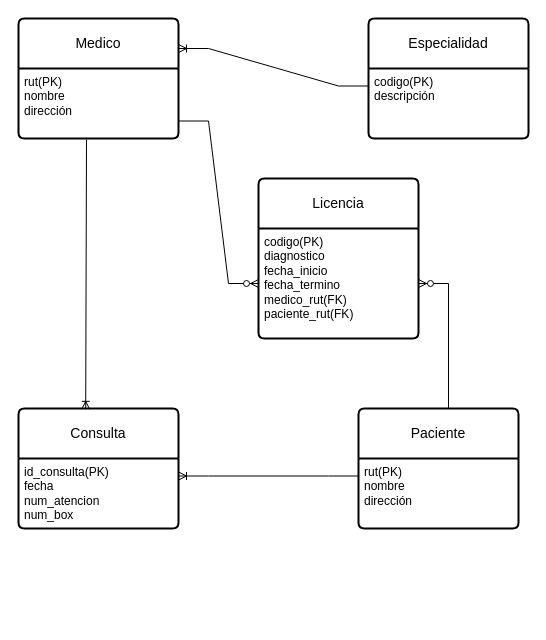
Above: Dia12/Desafio-4.drawio in Najla-gf/M5_BASEDATOS (draw.io), before the change. Source tidied: cells renumbered, new cells numbered last; positions are measured from the earlier drawing's top-left corner, leaving out a move shared by most shapes. Both pictures are drawn from the tidied source at 100%, with x=0, y=0 at pixel (18, 18).
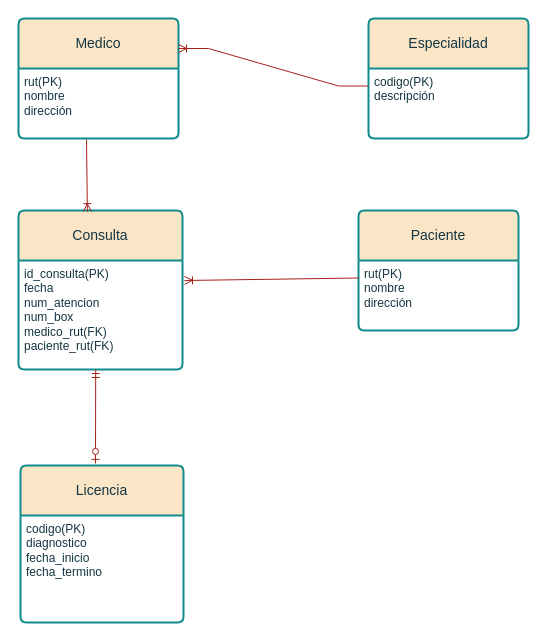
The same page after the edit.

Commit message (it also covers changes not shown here):
corrección desafio 4 - diagrama

What changed in the source:
```diff
@@
-<mxGraphModel>
+<mxGraphModel background="#FFFFFF">
   <root>
     <mxCell id="0" />
     <mxCell id="1" parent="0" />
-    <mxCell id="2" value="Medico" style="swimlane;horizontal=1;startSize=50;rounded=1;fontSize=14;fontStyle=0;strokeWidth=2;shadow=0;dashed=0;align=center;arcSize=4;whiteSpace=wrap;html=1;" parent="1" vertex="1">
+    <mxCell id="2" value="Medico" style="swimlane;horizontal=1;startSize=50;rounded=1;fontSize=14;fontStyle=0;strokeWidth=2;shadow=0;dashed=0;align=center;arcSize=4;whiteSpace=wrap;html=1;labelBackgroundColor=none;fillColor=#FAE5C7;strokeColor=#0F8B8D;fontColor=#143642;" parent="1" vertex="1">
       <mxGeometry width="160" height="120" as="geometry" />
     </mxCell>
-    <mxCell id="3" value="rut(PK)&lt;div&gt;nombre&lt;br&gt;dirección&lt;/div&gt;" style="align=left;strokeColor=none;fillColor=none;spacingLeft=4;fontSize=12;verticalAlign=top;html=1;" parent="2" vertex="1">
+    <mxCell id="3" value="rut(PK)&lt;div&gt;nombre&lt;br&gt;dirección&lt;/div&gt;" style="align=left;strokeColor=none;fillColor=none;spacingLeft=4;fontSize=12;verticalAlign=top;html=1;labelBackgroundColor=none;fontColor=#143642;" parent="2" vertex="1">
       <mxGeometry y="50" width="160" height="70" as="geometry" />
     </mxCell>
-    <mxCell id="4" value="Especialidad" style="swimlane;horizontal=1;startSize=50;rounded=1;fontSize=14;fontStyle=0;strokeWidth=2;shadow=0;dashed=0;align=center;arcSize=4;whiteSpace=wrap;html=1;" parent="1" vertex="1">
+    <mxCell id="4" value="Especialidad" style="swimlane;horizontal=1;startSize=50;rounded=1;fontSize=14;fontStyle=0;strokeWidth=2;shadow=0;dashed=0;align=center;arcSize=4;whiteSpace=wrap;html=1;labelBackgroundColor=none;fillColor=#FAE5C7;strokeColor=#0F8B8D;fontColor=#143642;" parent="1" vertex="1">
       <mxGeometry x="350" width="160" height="120" as="geometry" />
     </mxCell>
-    <mxCell id="5" value="codigo(PK)&lt;div&gt;descripción&lt;br&gt;&lt;br&gt;&lt;/div&gt;" style="align=left;strokeColor=none;fillColor=none;spacingLeft=4;fontSize=12;verticalAlign=top;html=1;" parent="4" vertex="1">
+    <mxCell id="5" value="codigo(PK)&lt;div&gt;descripción&lt;br&gt;&lt;br&gt;&lt;/div&gt;" style="align=left;strokeColor=none;fillColor=none;spacingLeft=4;fontSize=12;verticalAlign=top;html=1;labelBackgroundColor=none;fontColor=#143642;" parent="4" vertex="1">
       <mxGeometry y="50" width="160" height="70" as="geometry" />
     </mxCell>
-    <mxCell id="6" value="Consulta" style="swimlane;horizontal=1;startSize=50;rounded=1;fontSize=14;fontStyle=0;strokeWidth=2;shadow=0;dashed=0;align=center;arcSize=4;whiteSpace=wrap;html=1;" parent="1" vertex="1">
-      <mxGeometry y="390" width="160" height="120" as="geometry" />
+    <mxCell id="6" value="Consulta" style="swimlane;horizontal=1;startSize=50;rounded=1;fontSize=14;fontStyle=0;strokeWidth=2;shadow=0;dashed=0;align=center;arcSize=4;whiteSpace=wrap;html=1;labelBackgroundColor=none;fillColor=#FAE5C7;strokeColor=#0F8B8D;fontColor=#143642;" parent="1" vertex="1">
+      <mxGeometry y="192" width="164" height="159" as="geometry" />
     </mxCell>
-    <mxCell id="7" value="&lt;div&gt;id_consulta(PK)&lt;/div&gt;&lt;div&gt;fecha&lt;/div&gt;&lt;div&gt;num_atencion&lt;br&gt;&lt;/div&gt;&lt;div&gt;&lt;span style=&quot;background-color: initial;&quot;&gt;num_box&lt;/span&gt;&lt;br&gt;&lt;/div&gt;" style="align=left;strokeColor=none;fillColor=none;spacingLeft=4;fontSize=12;verticalAlign=top;html=1;" parent="6" vertex="1">
-      <mxGeometry y="50" width="160" height="70" as="geometry" />
+    <mxCell id="7" value="&lt;div&gt;id_consulta(PK)&lt;/div&gt;&lt;div&gt;fecha&lt;/div&gt;&lt;div&gt;num_atencion&lt;br&gt;&lt;/div&gt;&lt;div&gt;&lt;span style=&quot;background-color: initial;&quot;&gt;num_box&lt;/span&gt;&lt;br&gt;&lt;/div&gt;&lt;div&gt;&lt;div&gt;medico_rut(FK)&lt;/div&gt;&lt;div&gt;paciente_rut(FK)&lt;/div&gt;&lt;/div&gt;" style="align=left;strokeColor=none;fillColor=none;spacingLeft=4;fontSize=12;verticalAlign=top;html=1;labelBackgroundColor=none;fontColor=#143642;" parent="6" vertex="1">
+      <mxGeometry y="50" width="164" height="109" as="geometry" />
     </mxCell>
-    <mxCell id="8" value="Paciente" style="swimlane;horizontal=1;startSize=50;rounded=1;fontSize=14;fontStyle=0;strokeWidth=2;shadow=0;dashed=0;align=center;arcSize=4;whiteSpace=wrap;html=1;" parent="1" vertex="1">
-      <mxGeometry x="340" y="390" width="160" height="120" as="geometry" />
+    <mxCell id="8" value="Paciente" style="swimlane;horizontal=1;startSize=50;rounded=1;fontSize=14;fontStyle=0;strokeWidth=2;shadow=0;dashed=0;align=center;arcSize=4;whiteSpace=wrap;html=1;labelBackgroundColor=none;fillColor=#FAE5C7;strokeColor=#0F8B8D;fontColor=#143642;" parent="1" vertex="1">
+      <mxGeometry x="340" y="192" width="160" height="120" as="geometry" />
     </mxCell>
-    <mxCell id="9" value="rut(PK)&lt;div&gt;nombre&lt;br&gt;dirección&lt;/div&gt;" style="align=left;strokeColor=none;fillColor=none;spacingLeft=4;fontSize=12;verticalAlign=top;html=1;" parent="8" vertex="1">
+    <mxCell id="9" value="rut(PK)&lt;div&gt;nombre&lt;br&gt;dirección&lt;/div&gt;" style="align=left;strokeColor=none;fillColor=none;spacingLeft=4;fontSize=12;verticalAlign=top;html=1;labelBackgroundColor=none;fontColor=#143642;" parent="8" vertex="1">
       <mxGeometry y="50" width="160" height="70" as="geometry" />
     </mxCell>
-    <mxCell id="10" style="edgeStyle=entityRelationEdgeStyle;fontSize=12;html=1;endArrow=ERoneToMany;rounded=0;exitX=0;exitY=0.25;exitDx=0;exitDy=0;entryX=1;entryY=0.25;entryDx=0;entryDy=0;" parent="1" edge="1" source="5" target="2">
+    <mxCell id="10" style="edgeStyle=entityRelationEdgeStyle;fontSize=12;html=1;endArrow=ERoneToMany;rounded=0;exitX=0;exitY=0.25;exitDx=0;exitDy=0;entryX=1;entryY=0.25;entryDx=0;entryDy=0;labelBackgroundColor=none;strokeColor=#A8201A;fontColor=default;" parent="1" edge="1" source="5" target="2">
       <mxGeometry relative="1" as="geometry">
         <Array as="points">
           <mxPoint x="290" y="130" />
         </Array>
       </mxGeometry>
     </mxCell>
-    <mxCell id="11" style="edgeStyle=entityRelationEdgeStyle;fontSize=12;html=1;endArrow=ERoneToMany;rounded=0;exitX=0;exitY=0.25;exitDx=0;exitDy=0;entryX=1;entryY=0.25;entryDx=0;entryDy=0;" parent="1" edge="1" source="9" target="7">
-      <mxGeometry relative="1" as="geometry" />
+    <mxCell id="11" style="fontSize=12;html=1;endArrow=ERoneToMany;rounded=0;exitX=0;exitY=0.25;exitDx=0;exitDy=0;labelBackgroundColor=none;strokeColor=#A8201A;fontColor=default;" parent="1" edge="1" source="9">
+      <mxGeometry relative="1" as="geometry">
+        <mxPoint x="166" y="262" as="targetPoint" />
+      </mxGeometry>
     </mxCell>
-    <mxCell id="12" value="Licencia" style="swimlane;horizontal=1;startSize=50;rounded=1;fontSize=14;fontStyle=0;strokeWidth=2;shadow=0;dashed=0;align=center;arcSize=4;whiteSpace=wrap;html=1;" parent="1" vertex="1">
-      <mxGeometry x="240" y="160" width="160" height="160" as="geometry" />
+    <mxCell id="12" value="Licencia" style="swimlane;horizontal=1;startSize=50;rounded=1;fontSize=14;fontStyle=0;strokeWidth=2;shadow=0;dashed=0;align=center;arcSize=4;whiteSpace=wrap;html=1;labelBackgroundColor=none;fillColor=#FAE5C7;strokeColor=#0F8B8D;fontColor=#143642;" parent="1" vertex="1">
+      <mxGeometry x="2" y="447" width="163" height="157" as="geometry" />
     </mxCell>
-    <mxCell id="13" value="codigo(PK)&lt;div&gt;diagnostico&lt;/div&gt;&lt;div&gt;fecha_inicio&lt;/div&gt;&lt;div&gt;fecha_termino&lt;/div&gt;&lt;div&gt;medico_rut(FK)&lt;/div&gt;&lt;div&gt;paciente_rut(FK)&lt;/div&gt;" style="align=left;strokeColor=none;fillColor=none;spacingLeft=4;fontSize=12;verticalAlign=top;html=1;" parent="12" vertex="1">
-      <mxGeometry y="50" width="160" height="110" as="geometry" />
+    <mxCell id="13" value="codigo(PK)&lt;div&gt;diagnostico&lt;/div&gt;&lt;div&gt;fecha_inicio&lt;/div&gt;&lt;div&gt;fecha_termino&lt;/div&gt;&lt;div&gt;&lt;br&gt;&lt;/div&gt;" style="align=left;strokeColor=none;fillColor=none;spacingLeft=4;fontSize=12;verticalAlign=top;html=1;labelBackgroundColor=none;fontColor=#143642;" parent="12" vertex="1">
+      <mxGeometry y="50" width="163" height="107" as="geometry" />
     </mxCell>
-    <mxCell id="14" style="edgeStyle=entityRelationEdgeStyle;fontSize=12;html=1;endArrow=ERzeroToMany;endFill=1;rounded=0;exitX=1;exitY=0.75;exitDx=0;exitDy=0;entryX=0;entryY=0.5;entryDx=0;entryDy=0;" parent="1" edge="1" source="3" target="13">
-      <mxGeometry relative="1" as="geometry" />
-    </mxCell>
-    <mxCell id="15" style="edgeStyle=entityRelationEdgeStyle;fontSize=12;html=1;endArrow=ERzeroToMany;endFill=1;rounded=0;exitX=0.75;exitY=0;exitDx=0;exitDy=0;entryX=1;entryY=0.5;entryDx=0;entryDy=0;" parent="1" edge="1" source="8" target="13">
-      <mxGeometry relative="1" as="geometry">
-        <Array as="points">
-          <mxPoint x="680" y="250" />
-        </Array>
-      </mxGeometry>
-    </mxCell>
-    <mxCell id="16" style="fontSize=12;html=1;endArrow=ERoneToMany;rounded=0;exitX=0.425;exitY=1.017;exitDx=0;exitDy=0;exitPerimeter=0;entryX=0.42;entryY=0.007;entryDx=0;entryDy=0;entryPerimeter=0;" parent="1" edge="1" source="3" target="6">
+    <mxCell id="16" style="fontSize=12;html=1;endArrow=ERoneToMany;rounded=0;exitX=0.425;exitY=1.017;exitDx=0;exitDy=0;exitPerimeter=0;entryX=0.42;entryY=0.007;entryDx=0;entryDy=0;entryPerimeter=0;labelBackgroundColor=none;strokeColor=#A8201A;fontColor=default;" parent="1" edge="1" source="3" target="6">
       <mxGeometry relative="1" as="geometry" />
     </mxCell>
+    <mxCell id="17" style="fontSize=12;html=1;endArrow=ERzeroToOne;startArrow=ERmandOne;rounded=0;exitX=0.75;exitY=1;exitDx=0;exitDy=0;strokeColor=#A8201A;" parent="1" edge="1">
+      <mxGeometry relative="1" as="geometry">
+        <mxPoint x="77.2" y="351" as="sourcePoint" />
+        <mxPoint x="77" y="444.9" as="targetPoint" />
+      </mxGeometry>
+    </mxCell>
   </root>
 </mxGraphModel>
```
